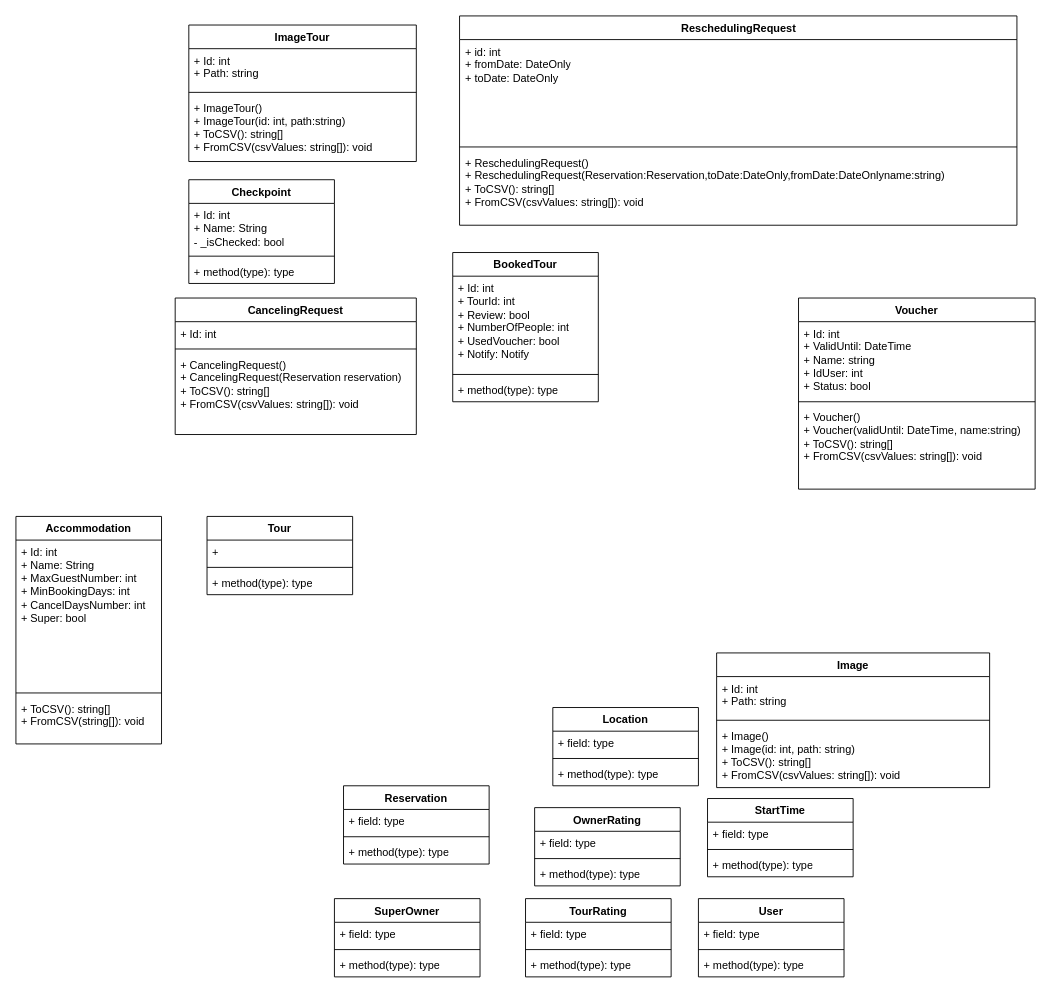
This is ClassDiagram.drawio from seli0001/SIMS-Projekat, a draw.io file, before an edit. Source tidied: cells renumbered, new cells numbered last; positions are measured from the earlier drawing's top-left corner, leaving out a move shared by most shapes. Both pictures are drawn from the tidied source at 91%, with x=0, y=0 at pixel (15, 15).
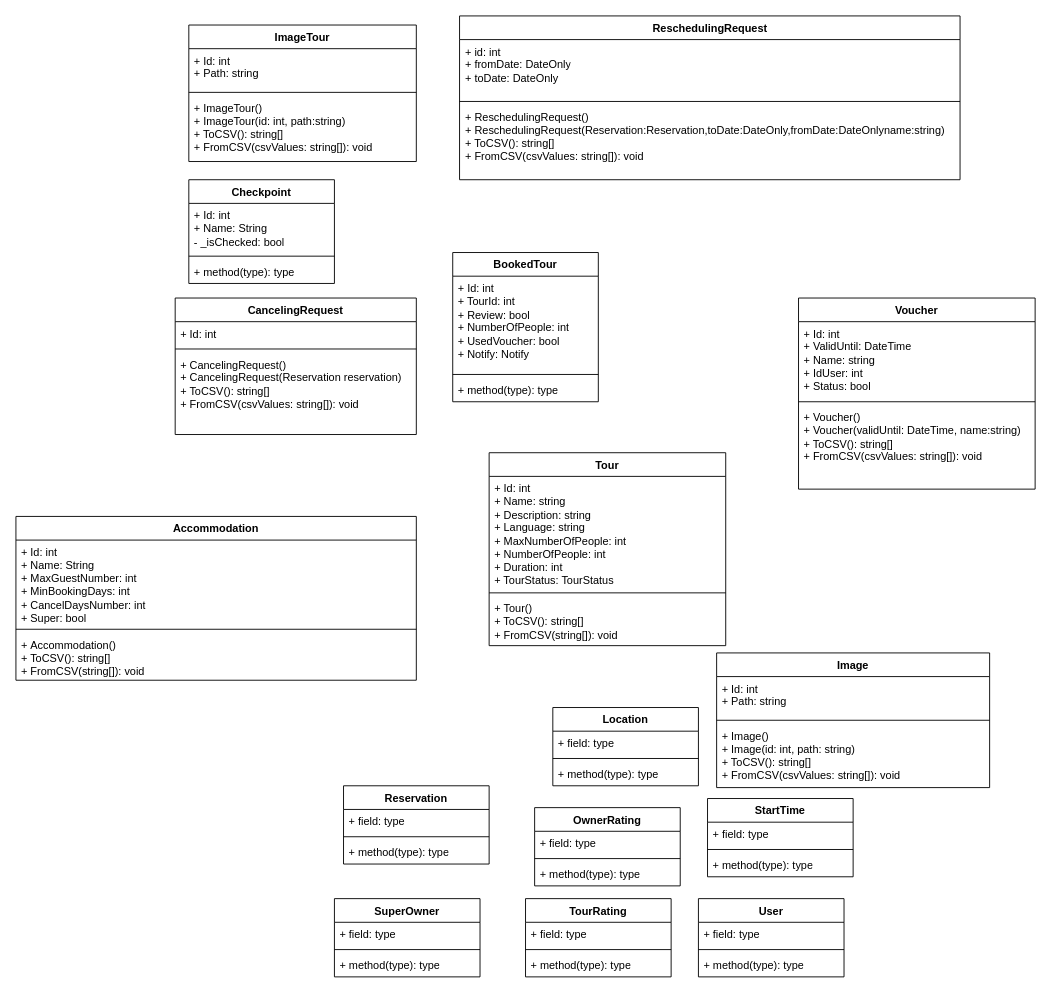
After the change.

The edit, as a diff of the source:
```diff
@@
     <mxCell id="2" value="Accommodation" style="swimlane;fontStyle=1;align=center;verticalAlign=top;horizontal=1;startSize=26;whiteSpace=wrap;html=1;" parent="1" vertex="1">
-      <mxGeometry y="550" width="160" height="250" as="geometry" />
+      <mxGeometry y="550" width="440" height="180" as="geometry" />
     </mxCell>
     <mxCell id="3" value="+ Id: int&lt;br&gt;+ Name: String&lt;br&gt;+ MaxGuestNumber: int&amp;nbsp;&lt;br style=&quot;border-color: var(--border-color);&quot;&gt;+ MinBookingDays: int&lt;br&gt;+ CancelDaysNumber: int&lt;br&gt;+ Super: bool" style="text;strokeColor=none;fillColor=none;align=left;verticalAlign=top;spacingLeft=4;spacingRight=4;overflow=hidden;whiteSpace=wrap;html=1;" parent="2" vertex="1">
-      <mxGeometry y="26" width="160" height="164" as="geometry" />
+      <mxGeometry y="26" width="440" height="94" as="geometry" />
     </mxCell>
     <mxCell id="4" style="line;strokeWidth=1;fillColor=none;align=left;verticalAlign=middle;spacingTop=-1;spacingLeft=3;spacingRight=3;labelPosition=right;strokeColor=inherit;" parent="2" vertex="1">
-      <mxGeometry y="190" width="160" height="8" as="geometry" />
+      <mxGeometry y="120" width="440" height="8" as="geometry" />
     </mxCell>
-    <mxCell id="5" value="+ ToCSV(): string[]&lt;br&gt;+ FromCSV(string[]): void" style="text;strokeColor=none;fillColor=none;align=left;verticalAlign=top;spacingLeft=4;spacingRight=4;overflow=hidden;whiteSpace=wrap;html=1;" parent="2" vertex="1">
-      <mxGeometry y="198" width="160" height="52" as="geometry" />
+    <mxCell id="5" value="+&amp;nbsp;Accommodation()&lt;br&gt;+ ToCSV(): string[]&lt;br&gt;+ FromCSV(string[]): void" style="text;strokeColor=none;fillColor=none;align=left;verticalAlign=top;spacingLeft=4;spacingRight=4;overflow=hidden;whiteSpace=wrap;html=1;" parent="2" vertex="1">
+      <mxGeometry y="128" width="440" height="52" as="geometry" />
     </mxCell>
@@
     <mxCell id="10" value="ReschedulingRequest" style="swimlane;fontStyle=1;align=center;verticalAlign=top;horizontal=1;startSize=26;whiteSpace=wrap;html=1;" parent="1" vertex="1">
-      <mxGeometry x="487.5" width="612.5" height="230" as="geometry" />
+      <mxGeometry x="487.5" width="550" height="180" as="geometry" />
     </mxCell>
     <mxCell id="11" value="+ id: int&lt;br&gt;+ fromDate: DateOnly&lt;br&gt;+ toDate: DateOnly" style="text;strokeColor=none;fillColor=none;align=left;verticalAlign=top;spacingLeft=4;spacingRight=4;overflow=hidden;whiteSpace=wrap;html=1;" parent="10" vertex="1">
-      <mxGeometry y="26" width="612.5" height="114" as="geometry" />
+      <mxGeometry y="26" width="550" height="64" as="geometry" />
     </mxCell>
     <mxCell id="12" style="line;strokeWidth=1;fillColor=none;align=left;verticalAlign=middle;spacingTop=-1;spacingLeft=3;spacingRight=3;labelPosition=right;strokeColor=inherit;" parent="10" vertex="1">
-      <mxGeometry y="140" width="612.5" height="8" as="geometry" />
+      <mxGeometry y="90" width="550" height="8" as="geometry" />
     </mxCell>
     <mxCell id="13" value="+&amp;nbsp;ReschedulingRequest()&lt;br style=&quot;border-color: var(--border-color);&quot;&gt;+ ReschedulingRequest(Reservation:Reservation,toDate:DateOnly,fromDate:DateOnlyname:string)&lt;br style=&quot;border-color: var(--border-color);&quot;&gt;+ ToCSV(): string[]&lt;br style=&quot;border-color: var(--border-color);&quot;&gt;+ FromCSV(csvValues: string[]): void" style="text;strokeColor=none;fillColor=none;align=left;verticalAlign=top;spacingLeft=4;spacingRight=4;overflow=hidden;whiteSpace=wrap;html=1;" parent="10" vertex="1">
-      <mxGeometry y="148" width="612.5" height="82" as="geometry" />
+      <mxGeometry y="98" width="550" height="82" as="geometry" />
     </mxCell>
@@
     <mxCell id="54" value="Tour" style="swimlane;fontStyle=1;align=center;verticalAlign=top;horizontal=1;startSize=26;whiteSpace=wrap;html=1;" parent="1" vertex="1">
-      <mxGeometry x="210" y="550" width="160" height="86" as="geometry" />
+      <mxGeometry x="520" y="480" width="260" height="212" as="geometry" />
     </mxCell>
-    <mxCell id="55" value="+&amp;nbsp;" style="text;strokeColor=none;fillColor=none;align=left;verticalAlign=top;spacingLeft=4;spacingRight=4;overflow=hidden;whiteSpace=wrap;html=1;" parent="54" vertex="1">
-      <mxGeometry y="26" width="160" height="26" as="geometry" />
+    <mxCell id="55" value="+ Id: int&lt;br style=&quot;border-color: var(--border-color);&quot;&gt;+ Name: string&lt;br style=&quot;border-color: var(--border-color);&quot;&gt;+ Description: string&amp;nbsp;&lt;br style=&quot;border-color: var(--border-color);&quot;&gt;+ Language: string&lt;br style=&quot;border-color: var(--border-color);&quot;&gt;+&amp;nbsp;MaxNumberOfPeople: int&lt;br style=&quot;border-color: var(--border-color);&quot;&gt;+&amp;nbsp;NumberOfPeople: int&lt;br&gt;+ Duration: int&lt;br&gt;+ TourStatus: TourStatus" style="text;strokeColor=none;fillColor=none;align=left;verticalAlign=top;spacingLeft=4;spacingRight=4;overflow=hidden;whiteSpace=wrap;html=1;" parent="54" vertex="1">
+      <mxGeometry y="26" width="260" height="124" as="geometry" />
     </mxCell>
     <mxCell id="56" style="line;strokeWidth=1;fillColor=none;align=left;verticalAlign=middle;spacingTop=-1;spacingLeft=3;spacingRight=3;labelPosition=right;strokeColor=inherit;" parent="54" vertex="1">
-      <mxGeometry y="52" width="160" height="8" as="geometry" />
+      <mxGeometry y="150" width="260" height="8" as="geometry" />
     </mxCell>
-    <mxCell id="57" value="+ method(type): type" style="text;strokeColor=none;fillColor=none;align=left;verticalAlign=top;spacingLeft=4;spacingRight=4;overflow=hidden;whiteSpace=wrap;html=1;" parent="54" vertex="1">
-      <mxGeometry y="60" width="160" height="26" as="geometry" />
+    <mxCell id="57" value="+&amp;nbsp;Tour()&lt;br style=&quot;border-color: var(--border-color);&quot;&gt;+ ToCSV(): string[]&lt;br style=&quot;border-color: var(--border-color);&quot;&gt;+ FromCSV(string[]): void" style="text;strokeColor=none;fillColor=none;align=left;verticalAlign=top;spacingLeft=4;spacingRight=4;overflow=hidden;whiteSpace=wrap;html=1;" parent="54" vertex="1">
+      <mxGeometry y="158" width="260" height="54" as="geometry" />
     </mxCell>
```
